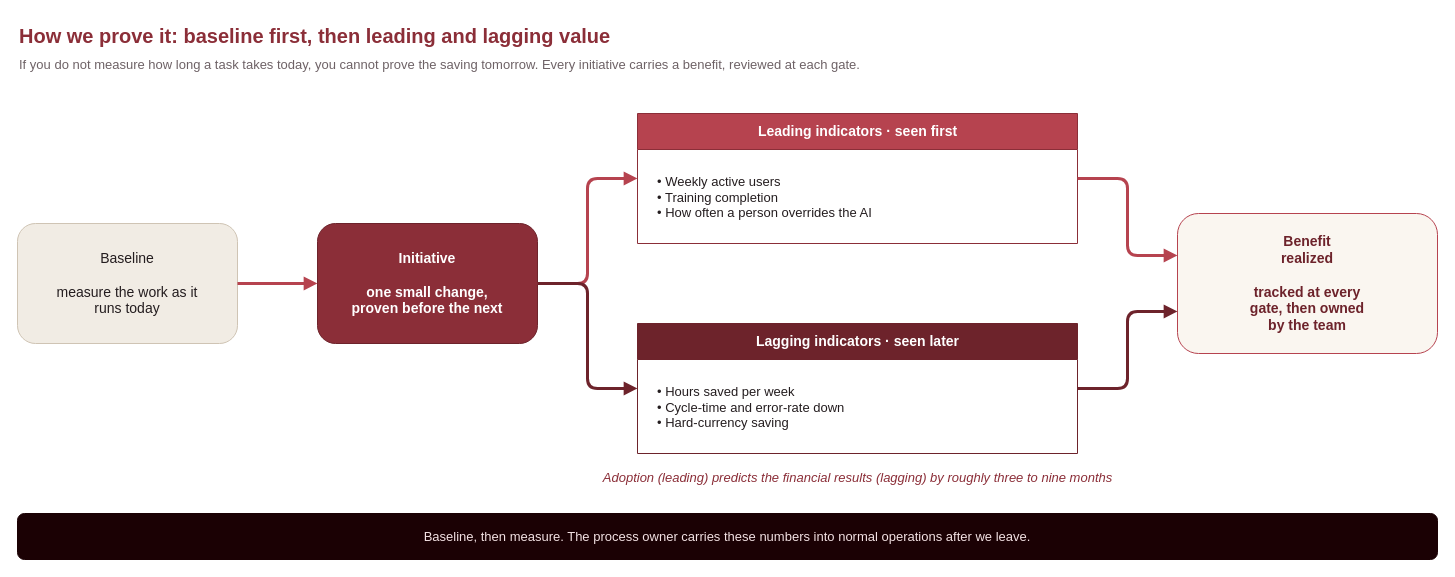
Before: diagrams/6-benefits.drawio in ademczuk/top-spirit-delivery, a draw.io diagram. Source tidied: cells renumbered, new cells numbered last; positions are measured from the earlier drawing's top-left corner, leaving out a move shared by most shapes. Both pictures are drawn from the tidied source at 100%, with x=0, y=0 at pixel (17, 17).
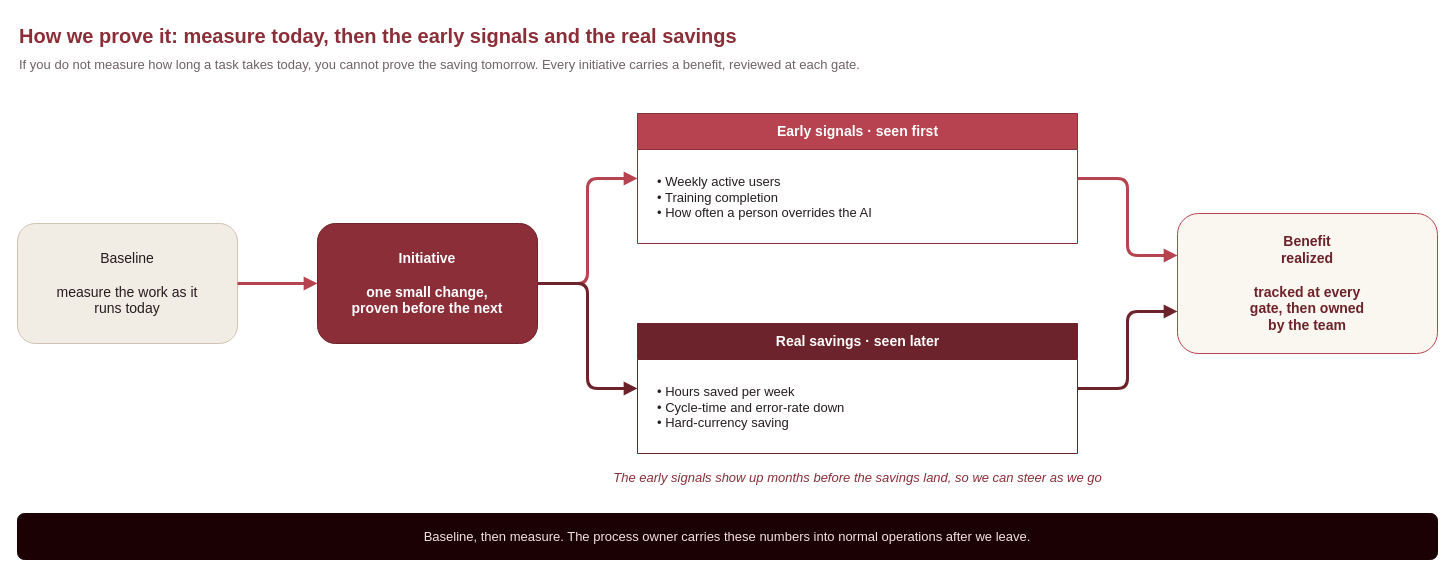
After the change.

What changed in the source:
```diff
@@
 <mxGraphModel background="#ffffff">
   <root>
     <mxCell id="0" />
     <mxCell id="1" parent="0" />
-    <mxCell id="2" value="How we prove it: baseline first, then leading and lagging value" style="text;html=1;align=left;verticalAlign=middle;fontColor=#8b2e38;fontSize=20;fontStyle=1;" parent="1" vertex="1">
+    <mxCell id="2" value="How we prove it: measure today, then the early signals and the real savings" style="text;html=1;align=left;verticalAlign=middle;fontColor=#8b2e38;fontSize=20;fontStyle=1;" parent="1" vertex="1">
       <mxGeometry width="1420" height="36" as="geometry" />
     </mxCell>
     <mxCell id="3" value="If you do not measure how long a task takes today, you cannot prove the saving tomorrow. Every initiative carries a benefit, reviewed at each gate." style="text;html=1;align=left;verticalAlign=middle;fontColor=#6e6266;fontSize=13;" parent="1" vertex="1">
       <mxGeometry y="36" width="1420" height="22" as="geometry" />
     </mxCell>
     <mxCell id="4" value="Baseline&#10;&#10;measure the work as it&#10;runs today" style="rounded=1;html=1;whiteSpace=wrap;fillColor=#f1ece4;strokeColor=#cfc4b4;fontColor=#241d1f;fontSize=14;align=center;verticalAlign=middle;" parent="1" vertex="1">
       <mxGeometry y="206" width="220" height="120" as="geometry" />
     </mxCell>
     <mxCell id="5" value="Initiative&#10;&#10;one small change,&#10;proven before the next" style="rounded=1;html=1;whiteSpace=wrap;fillColor=#8b2e38;strokeColor=#6d232b;fontColor=#ffffff;fontSize=14;fontStyle=1;align=center;verticalAlign=middle;" parent="1" vertex="1">
       <mxGeometry x="300" y="206" width="220" height="120" as="geometry" />
     </mxCell>
-    <mxCell id="6" value="Leading indicators  ·  seen first" style="swimlane;html=1;startSize=36;fillColor=#b6434f;swimlaneFillColor=#ffffff;strokeColor=#8b2e38;fontColor=#ffffff;fontSize=14;fontStyle=1;align=center;" parent="1" vertex="1">
+    <mxCell id="6" value="Early signals  ·  seen first" style="swimlane;html=1;startSize=36;fillColor=#b6434f;swimlaneFillColor=#ffffff;strokeColor=#8b2e38;fontColor=#ffffff;fontSize=14;fontStyle=1;align=center;" parent="1" vertex="1">
       <mxGeometry x="620" y="96" width="440" height="130" as="geometry" />
     </mxCell>
     <mxCell id="7" value="• Weekly active users&#10;• Training completion&#10;• How often a person overrides the AI" style="text;html=1;align=left;verticalAlign=middle;fontColor=#241d1f;fontSize=13;spacingLeft=6;" parent="6" vertex="1">
       <mxGeometry x="12" y="42" width="416" height="84" as="geometry" />
     </mxCell>
-    <mxCell id="8" value="Lagging indicators  ·  seen later" style="swimlane;html=1;startSize=36;fillColor=#6d232b;swimlaneFillColor=#ffffff;strokeColor=#6d232b;fontColor=#ffffff;fontSize=14;fontStyle=1;align=center;" parent="1" vertex="1">
+    <mxCell id="8" value="Real savings  ·  seen later" style="swimlane;html=1;startSize=36;fillColor=#6d232b;swimlaneFillColor=#ffffff;strokeColor=#6d232b;fontColor=#ffffff;fontSize=14;fontStyle=1;align=center;" parent="1" vertex="1">
       <mxGeometry x="620" y="306" width="440" height="130" as="geometry" />
     </mxCell>
     <mxCell id="9" value="• Hours saved per week&#10;• Cycle-time and error-rate down&#10;• Hard-currency saving" style="text;html=1;align=left;verticalAlign=middle;fontColor=#241d1f;fontSize=13;spacingLeft=6;" parent="8" vertex="1">
       <mxGeometry x="12" y="42" width="416" height="84" as="geometry" />
     </mxCell>
     <mxCell id="10" value="Benefit&#10;realized&#10;&#10;tracked at every&#10;gate, then owned&#10;by the team" style="rounded=1;html=1;whiteSpace=wrap;fillColor=#faf6f0;strokeColor=#b6434f;fontColor=#6d232b;fontSize=14;fontStyle=1;align=center;verticalAlign=middle;" parent="1" vertex="1">
       <mxGeometry x="1160" y="196" width="260" height="140" as="geometry" />
     </mxCell>
     <mxCell id="11" style="edgeStyle=orthogonalEdgeStyle;rounded=0;html=1;strokeColor=#b6434f;strokeWidth=3;endArrow=block;endFill=1;exitX=1;exitY=0.5;entryX=0;entryY=0.5;" parent="1" edge="1" source="4" target="5">
       <mxGeometry relative="1" as="geometry" />
     </mxCell>
     <mxCell id="12" style="edgeStyle=orthogonalEdgeStyle;rounded=1;html=1;strokeColor=#b6434f;strokeWidth=3;endArrow=block;endFill=1;exitX=1;exitY=0.5;entryX=0;entryY=0.5;" parent="1" edge="1" source="5" target="6">
       <mxGeometry relative="1" as="geometry" />
     </mxCell>
     <mxCell id="13" style="edgeStyle=orthogonalEdgeStyle;rounded=1;html=1;strokeColor=#6d232b;strokeWidth=3;endArrow=block;endFill=1;exitX=1;exitY=0.5;entryX=0;entryY=0.5;" parent="1" edge="1" source="5" target="8">
       <mxGeometry relative="1" as="geometry" />
     </mxCell>
     <mxCell id="14" style="edgeStyle=orthogonalEdgeStyle;rounded=1;html=1;strokeColor=#b6434f;strokeWidth=3;endArrow=block;endFill=1;exitX=1;exitY=0.5;entryX=0;entryY=0.3;" parent="1" edge="1" source="6" target="10">
       <mxGeometry relative="1" as="geometry" />
     </mxCell>
     <mxCell id="15" style="edgeStyle=orthogonalEdgeStyle;rounded=1;html=1;strokeColor=#6d232b;strokeWidth=3;endArrow=block;endFill=1;exitX=1;exitY=0.5;entryX=0;entryY=0.7;" parent="1" edge="1" source="8" target="10">
       <mxGeometry relative="1" as="geometry" />
     </mxCell>
-    <mxCell id="16" value="Adoption (leading) predicts the financial results (lagging) by roughly three to nine months" style="text;html=1;align=center;fontColor=#8b2e38;fontSize=13;fontStyle=2;" parent="1" vertex="1">
+    <mxCell id="16" value="The early signals show up months before the savings land, so we can steer as we go" style="text;html=1;align=center;fontColor=#8b2e38;fontSize=13;fontStyle=2;" parent="1" vertex="1">
       <mxGeometry x="620" y="446" width="440" height="24" as="geometry" />
     </mxCell>
     <mxCell id="17" value="Baseline, then measure. The process owner carries these numbers into normal operations after we leave." style="rounded=1;html=1;whiteSpace=wrap;fillColor=#1b0104;strokeColor=#1b0104;fontColor=#f3e2e4;fontSize=13;align=center;verticalAlign=middle;" parent="1" vertex="1">
       <mxGeometry y="496" width="1420" height="46" as="geometry" />
     </mxCell>
   </root>
 </mxGraphModel>
```
